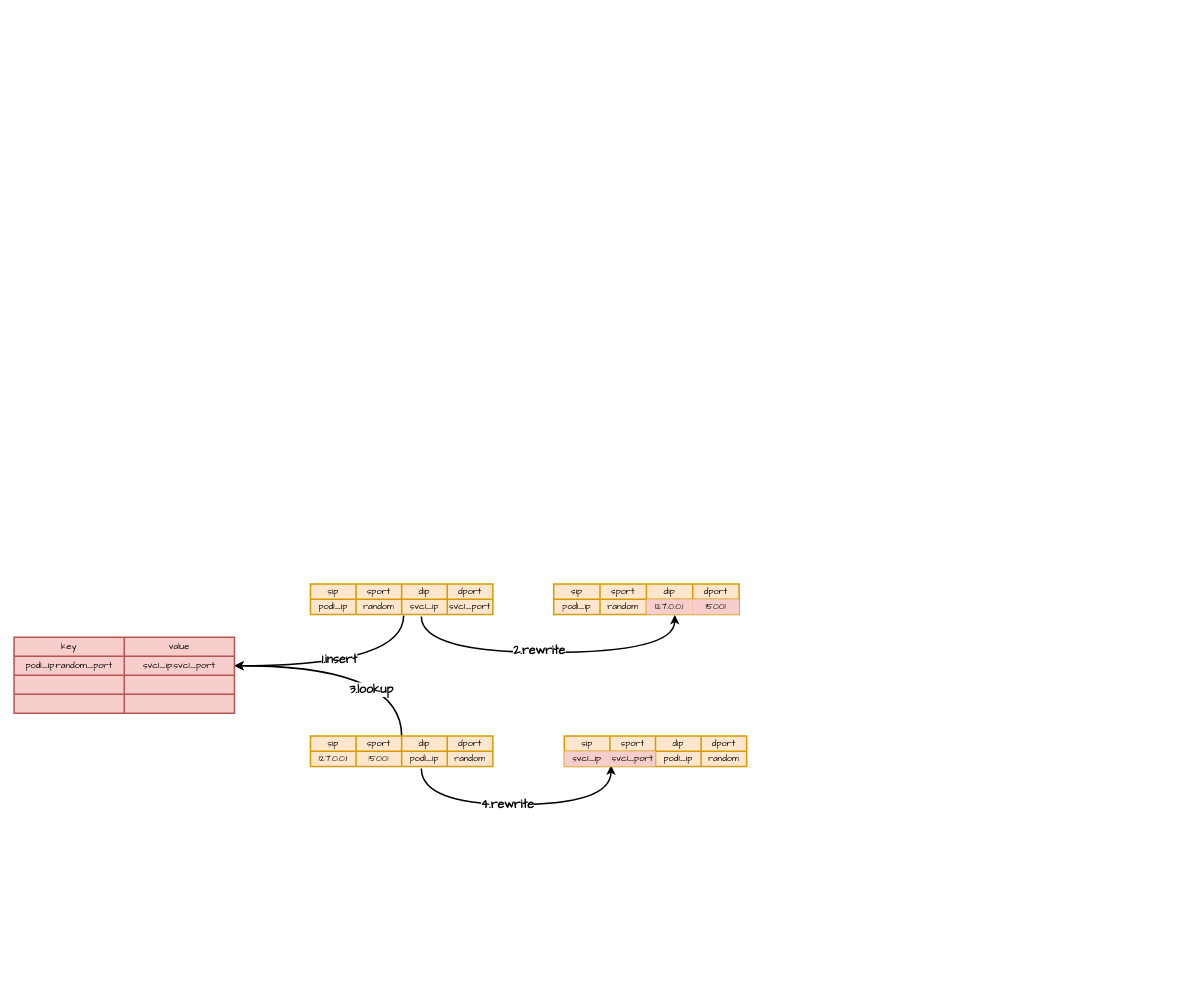
Before: egress_key_rewrite.drawio in xu1zhou/Documents, a draw.io diagram. Source tidied: cells renumbered, new cells numbered last; positions are measured from the earlier drawing's top-left corner, leaving out a move shared by most shapes. Both pictures are drawn from the tidied source at 76%, with x=0, y=0 at pixel (14, 584).
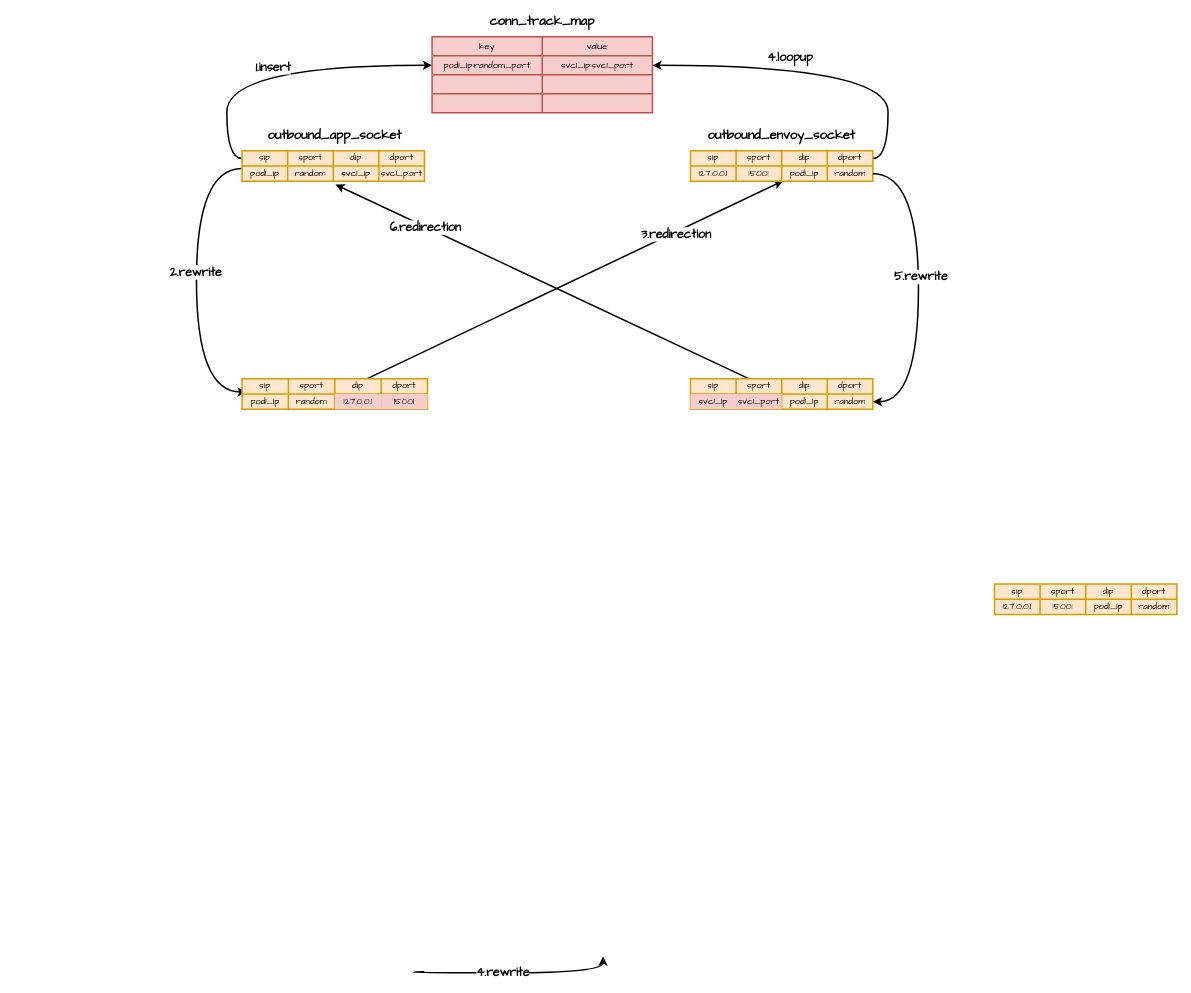
The same page after the edit.

The change refers to these unchanged cells:
```xml
<mxCell id="7" style="shape=partialRectangle;html=1;whiteSpace=wrap;fillColor=none;top=0;left=0;bottom=0;right=0;points=[[0,0.5],[1,0.5]];portConstraint=eastwest;fontFamily=Comic Sans MS;" parent="6" vertex="1">
  <mxGeometry width="240" height="20" as="geometry" />
</mxCell>
<mxCell id="12" style="shape=partialRectangle;html=1;whiteSpace=wrap;fillColor=none;top=0;left=0;bottom=0;right=0;points=[[0,0.5],[1,0.5]];portConstraint=eastwest;fontFamily=Comic Sans MS;" parent="6" vertex="1">
  <mxGeometry y="20" width="240" height="20" as="geometry" />
</mxCell>
<mxCell id="23" style="shape=partialRectangle;html=1;whiteSpace=wrap;fillColor=none;top=0;left=0;bottom=0;right=0;points=[[0,0.5],[1,0.5]];portConstraint=eastwest;fontFamily=Comic Sans MS;" parent="17" vertex="1">
  <mxGeometry y="20" width="244" height="20" as="geometry" />
</mxCell>
<mxCell id="33" style="shape=partialRectangle;html=1;whiteSpace=wrap;fillColor=none;top=0;left=0;bottom=0;right=0;points=[[0,0.5],[1,0.5]];portConstraint=eastwest;fontFamily=Comic Sans MS;" parent="32" vertex="1">
  <mxGeometry width="240" height="20" as="geometry" />
</mxCell>
<mxCell id="38" style="shape=partialRectangle;html=1;whiteSpace=wrap;fillColor=none;top=0;left=0;bottom=0;right=0;points=[[0,0.5],[1,0.5]];portConstraint=eastwest;fontFamily=Comic Sans MS;" parent="32" vertex="1">
  <mxGeometry y="20" width="240" height="20" as="geometry" />
</mxCell>
<mxCell id="49" style="shape=partialRectangle;html=1;whiteSpace=wrap;fillColor=none;top=0;left=0;bottom=0;right=0;points=[[0,0.5],[1,0.5]];portConstraint=eastwest;fontFamily=Comic Sans MS;" parent="43" vertex="1">
  <mxGeometry y="20" width="240" height="20" as="geometry" />
</mxCell>
<mxCell id="58" style="shape=partialRectangle;html=1;whiteSpace=wrap;fillColor=none;top=0;left=0;bottom=0;right=0;points=[[0,0.5],[1,0.5]];portConstraint=eastwest;fontFamily=Comic Sans MS;" parent="54" vertex="1">
  <mxGeometry y="25" width="290" height="25" as="geometry" />
</mxCell>
```

Diff of the diagram source:
```diff
@@
+    <mxCell id="67" style="edgeStyle=orthogonalEdgeStyle;curved=1;rounded=0;sketch=0;jettySize=auto;html=1;entryX=0;entryY=0.5;entryDx=0;entryDy=0;strokeWidth=2;fontFamily=Comic Sans MS;fontSize=16;exitX=0;exitY=0.5;exitDx=0;exitDy=0;" parent="1" edge="1" source="7" target="58">
+      <mxGeometry relative="1" as="geometry" />
+    </mxCell>
+    <mxCell id="5" value="&lt;b&gt;1.insert&lt;/b&gt;" style="edgeLabel;html=1;align=center;verticalAlign=middle;fontSize=16;fontFamily=Comic Sans MS;" parent="67" vertex="1">
+      <mxGeometry x="-0.41" y="31" relative="1" as="geometry">
+        <mxPoint x="91" y="-18.6" as="offset" />
+      </mxGeometry>
+    </mxCell>
-    <mxCell id="2" style="edgeStyle=orthogonalEdgeStyle;rounded=0;jettySize=auto;html=1;curved=1;exitX=0.608;exitY=1.133;exitDx=0;exitDy=0;exitPerimeter=0;entryX=0.653;entryY=1.033;entryDx=0;entryDy=0;entryPerimeter=0;strokeWidth=2;sketch=0;" parent="1" edge="1" source="12" target="23">
+    <mxCell id="2" style="edgeStyle=orthogonalEdgeStyle;curved=1;rounded=0;sketch=0;jettySize=auto;html=1;entryX=0.025;entryY=-0.133;entryDx=0;entryDy=0;entryPerimeter=0;strokeWidth=2;fontFamily=Comic Sans MS;fontSize=16;exitX=0;exitY=0.167;exitDx=0;exitDy=0;exitPerimeter=0;" parent="1" edge="1" source="12" target="23">
       <mxGeometry relative="1" as="geometry">
         <Array as="points">
-          <mxPoint x="536" y="90" />
-          <mxPoint x="869" y="90" />
+          <mxPoint x="240" y="-547" />
+          <mxPoint x="240" y="-253" />
         </Array>
       </mxGeometry>
     </mxCell>
-    <mxCell id="3" value="2.rewrite" style="edgeLabel;html=1;align=center;verticalAlign=middle;fontSize=16;fontFamily=Comic Sans MS;fontStyle=1;" parent="2" vertex="1">
-      <mxGeometry x="-0.06" y="3" relative="1" as="geometry" />
+    <mxCell id="3" value="&lt;b&gt;2.rewrite&lt;/b&gt;" style="edgeLabel;html=1;align=center;verticalAlign=middle;fontSize=16;fontFamily=Comic Sans MS;" parent="2" vertex="1">
+      <mxGeometry x="-0.18" y="-2" relative="1" as="geometry">
+        <mxPoint y="23.9" as="offset" />
+      </mxGeometry>
     </mxCell>
-    <mxCell id="4" style="edgeStyle=orthogonalEdgeStyle;curved=1;rounded=0;sketch=0;jettySize=auto;html=1;entryX=1;entryY=0.5;entryDx=0;entryDy=0;strokeWidth=2;exitX=0.511;exitY=1.067;exitDx=0;exitDy=0;exitPerimeter=0;" parent="1" edge="1" source="12" target="58">
-      <mxGeometry relative="1" as="geometry">
-        <Array as="points">
-          <mxPoint x="513" y="108" />
-        </Array>
-      </mxGeometry>
-    </mxCell>
-    <mxCell id="5" value="1.insert" style="edgeLabel;align=center;verticalAlign=middle;fontSize=16;fontStyle=1;html=1;fontFamily=Comic Sans MS;" parent="4" vertex="1">
-      <mxGeometry x="0.05" y="-9" relative="1" as="geometry">
-        <mxPoint x="1" as="offset" />
-      </mxGeometry>
-    </mxCell>
-    <mxCell id="6" style="shape=table;html=1;whiteSpace=wrap;startSize=0;childLayout=tableLayout;shadow=0;fillColor=#ffe6cc;strokeColor=#d79b00;strokeWidth=2;fontFamily=Comic Sans MS;" parent="1" vertex="1">
-      <mxGeometry x="390" width="240" height="40" as="geometry" />
+    <mxCell id="6" style="shape=table;html=1;whiteSpace=wrap;startSize=0;childLayout=tableLayout;shadow=0;fillColor=#ffe6cc;strokeColor=#d79b00;strokeWidth=2;fontFamily=Comic Sans MS;fontStyle=1;" parent="1" vertex="1">
+      <mxGeometry x="300" y="-570" width="240" height="40" as="geometry" />
     </mxCell>
@@
+    <mxCell id="68" style="rounded=0;sketch=0;jettySize=auto;html=1;entryX=0.507;entryY=0.979;entryDx=0;entryDy=0;entryPerimeter=0;strokeWidth=2;fontFamily=Comic Sans MS;fontSize=16;" parent="1" edge="1" source="17" target="38">
+      <mxGeometry relative="1" as="geometry" />
+    </mxCell>
+    <mxCell id="69" value="&lt;b&gt;3.redirection&lt;/b&gt;" style="edgeLabel;html=1;align=center;verticalAlign=middle;fontSize=16;fontFamily=Comic Sans MS;" parent="68" vertex="1">
+      <mxGeometry x="-0.07" relative="1" as="geometry">
+        <mxPoint x="151.8" y="-69.1" as="offset" />
+      </mxGeometry>
+    </mxCell>
     <mxCell id="17" style="shape=table;html=1;whiteSpace=wrap;startSize=0;childLayout=tableLayout;shadow=0;fillColor=#ffe6cc;strokeColor=#d79b00;strokeWidth=2;fontFamily=Comic Sans MS;" parent="1" vertex="1">
-      <mxGeometry x="710" width="244" height="40" as="geometry" />
+      <mxGeometry x="300" y="-270" width="244" height="40" as="geometry" />
     </mxCell>
@@
-    <mxCell id="28" style="edgeStyle=orthogonalEdgeStyle;rounded=0;jettySize=auto;html=1;curved=1;exitX=0.608;exitY=1.133;exitDx=0;exitDy=0;exitPerimeter=0;strokeWidth=2;sketch=0;entryX=0.256;entryY=0.933;entryDx=0;entryDy=0;entryPerimeter=0;" parent="1" edge="1" source="38" target="49">
+    <mxCell id="28" style="edgeStyle=orthogonalEdgeStyle;rounded=0;orthogonalLoop=1;jettySize=auto;html=1;curved=1;strokeWidth=2;sketch=0;" parent="1" edge="1">
       <mxGeometry relative="1" as="geometry">
+        <mxPoint x="540" y="510" as="sourcePoint" />
+        <mxPoint x="775" y="490" as="targetPoint" />
         <Array as="points">
-          <mxPoint x="536" y="290" />
-          <mxPoint x="785" y="290" />
+          <mxPoint x="526" y="511.5" />
+          <mxPoint x="775" y="511.5" />
         </Array>
       </mxGeometry>
     </mxCell>
@@
-    <mxCell id="30" style="edgeStyle=orthogonalEdgeStyle;curved=1;rounded=0;sketch=0;jettySize=auto;html=1;entryX=1;entryY=0.5;entryDx=0;entryDy=0;strokeWidth=2;fontFamily=Comic Sans MS;fontSize=16;" parent="1" edge="1" source="32" target="58">
-      <mxGeometry relative="1" as="geometry">
-        <Array as="points">
-          <mxPoint x="510" y="108" />
-        </Array>
-      </mxGeometry>
-    </mxCell>
-    <mxCell id="31" value="3.lookup" style="edgeLabel;html=1;align=center;verticalAlign=middle;fontSize=16;fontFamily=Comic Sans MS;fontStyle=1;" parent="30" vertex="1">
-      <mxGeometry x="-0.14" y="31" relative="1" as="geometry">
-        <mxPoint x="1" as="offset" />
-      </mxGeometry>
-    </mxCell>
+    <mxCell id="70" style="edgeStyle=orthogonalEdgeStyle;curved=1;rounded=0;sketch=0;jettySize=auto;html=1;entryX=1;entryY=0.5;entryDx=0;entryDy=0;strokeWidth=2;fontFamily=Comic Sans MS;fontSize=16;exitX=1;exitY=0.5;exitDx=0;exitDy=0;" parent="1" edge="1" source="33" target="58">
+      <mxGeometry relative="1" as="geometry" />
+    </mxCell>
+    <mxCell id="71" value="&lt;b&gt;4.loopup&lt;/b&gt;" style="edgeLabel;html=1;align=center;verticalAlign=middle;fontSize=16;fontFamily=Comic Sans MS;" parent="70" vertex="1">
+      <mxGeometry x="-0.38" y="-22" relative="1" as="geometry">
+        <mxPoint x="-152" y="-13.6" as="offset" />
+      </mxGeometry>
+    </mxCell>
-    <mxCell id="32" style="shape=table;html=1;whiteSpace=wrap;startSize=0;childLayout=tableLayout;shadow=0;fillColor=#ffe6cc;strokeColor=#d79b00;strokeWidth=2;rounded=0;sketch=0;fontFamily=Comic Sans MS;" parent="1" vertex="1">
-      <mxGeometry x="390" y="200" width="240" height="40" as="geometry" />
+    <mxCell id="32" style="shape=table;html=1;whiteSpace=wrap;startSize=0;childLayout=tableLayout;shadow=0;fillColor=#ffe6cc;strokeColor=#d79b00;strokeWidth=2;rounded=0;sketch=0;fontFamily=Comic Sans MS;fontStyle=0;" parent="1" vertex="1">
+      <mxGeometry x="890" y="-570" width="240" height="40" as="geometry" />
     </mxCell>
@@
+    <mxCell id="72" style="edgeStyle=none;rounded=0;sketch=0;jettySize=auto;html=1;entryX=0.512;entryY=1.217;entryDx=0;entryDy=0;entryPerimeter=0;strokeWidth=2;fontFamily=Comic Sans MS;fontSize=16;" parent="1" edge="1" source="43" target="12">
+      <mxGeometry relative="1" as="geometry" />
+    </mxCell>
     <mxCell id="43" style="shape=table;html=1;whiteSpace=wrap;startSize=0;childLayout=tableLayout;shadow=0;fillColor=#ffe6cc;strokeColor=#d79b00;strokeWidth=2;rounded=0;sketch=0;fontFamily=Comic Sans MS;" parent="1" vertex="1">
-      <mxGeometry x="724" y="200" width="240" height="40" as="geometry" />
+      <mxGeometry x="890" y="-270" width="240" height="40" as="geometry" />
     </mxCell>
@@
-    <mxCell id="54" style="shape=table;html=1;whiteSpace=wrap;startSize=0;childLayout=tableLayout;fillColor=#f8cecc;strokeColor=#b85450;strokeWidth=2;fontFamily=Comic Sans MS;" parent="1" vertex="1">
-      <mxGeometry y="70" width="290" height="100" as="geometry" />
+    <mxCell id="54" style="shape=table;html=1;whiteSpace=wrap;startSize=0;childLayout=tableLayout;fillColor=#f8cecc;strokeColor=#b85450;strokeWidth=2;fontFamily=Comic Sans MS;fontStyle=1;" parent="1" vertex="1">
+      <mxGeometry x="550" y="-720" width="290" height="100" as="geometry" />
     </mxCell>
@@
+    <mxCell id="73" style="shape=table;html=1;whiteSpace=wrap;startSize=0;childLayout=tableLayout;shadow=0;fillColor=#ffe6cc;strokeColor=#d79b00;strokeWidth=2;rounded=0;sketch=0;fontFamily=Comic Sans MS;" parent="1" vertex="1">
+      <mxGeometry x="1290" width="240" height="40" as="geometry" />
+    </mxCell>
+    <mxCell id="74" style="shape=partialRectangle;html=1;whiteSpace=wrap;fillColor=none;top=0;left=0;bottom=0;right=0;fontFamily=Comic Sans MS;" parent="73" vertex="1">
+      <mxGeometry width="240" height="20" as="geometry" />
+    </mxCell>
+    <mxCell id="75" value="sip" style="shape=partialRectangle;html=1;whiteSpace=wrap;overflow=hidden;fillColor=none;top=0;left=0;bottom=0;right=0;fontFamily=Comic Sans MS;" parent="74" vertex="1">
+      <mxGeometry width="60" height="20" as="geometry" />
+    </mxCell>
+    <mxCell id="76" value="sport" style="shape=partialRectangle;html=1;whiteSpace=wrap;overflow=hidden;fillColor=none;top=0;left=0;bottom=0;right=0;fontFamily=Comic Sans MS;" parent="74" vertex="1">
+      <mxGeometry x="60" width="60" height="20" as="geometry" />
+    </mxCell>
+    <mxCell id="77" value="dip" style="shape=partialRectangle;html=1;whiteSpace=wrap;overflow=hidden;fillColor=none;top=0;left=0;bottom=0;right=0;fontFamily=Comic Sans MS;" parent="74" vertex="1">
+      <mxGeometry x="120" width="60" height="20" as="geometry" />
+    </mxCell>
+    <mxCell id="78" value="dport" style="shape=partialRectangle;html=1;whiteSpace=wrap;overflow=hidden;fillColor=none;top=0;left=0;bottom=0;right=0;fontFamily=Comic Sans MS;" parent="74" vertex="1">
+      <mxGeometry x="180" width="60" height="20" as="geometry" />
+    </mxCell>
+    <mxCell id="79" style="shape=partialRectangle;html=1;whiteSpace=wrap;fillColor=none;top=0;left=0;bottom=0;right=0;fontFamily=Comic Sans MS;" parent="73" vertex="1">
+      <mxGeometry y="20" width="240" height="20" as="geometry" />
+    </mxCell>
+    <mxCell id="80" value="127.0.0.1" style="shape=partialRectangle;html=1;whiteSpace=wrap;overflow=hidden;fillColor=none;top=0;left=0;bottom=0;right=0;fontFamily=Comic Sans MS;" parent="79" vertex="1">
+      <mxGeometry width="60" height="20" as="geometry" />
+    </mxCell>
+    <mxCell id="81" value="15001" style="shape=partialRectangle;html=1;whiteSpace=wrap;overflow=hidden;fillColor=none;top=0;left=0;bottom=0;right=0;fontFamily=Comic Sans MS;" parent="79" vertex="1">
+      <mxGeometry x="60" width="60" height="20" as="geometry" />
+    </mxCell>
+    <mxCell id="82" value="pod1_ip" style="shape=partialRectangle;html=1;whiteSpace=wrap;overflow=hidden;fillColor=none;top=0;left=0;bottom=0;right=0;fontFamily=Comic Sans MS;" parent="79" vertex="1">
+      <mxGeometry x="120" width="60" height="20" as="geometry" />
+    </mxCell>
+    <mxCell id="83" value="random" style="shape=partialRectangle;html=1;whiteSpace=wrap;overflow=hidden;fillColor=none;top=0;left=0;bottom=0;right=0;fontFamily=Comic Sans MS;" parent="79" vertex="1">
+      <mxGeometry x="180" width="60" height="20" as="geometry" />
+    </mxCell>
+    <mxCell id="84" style="edgeStyle=orthogonalEdgeStyle;curved=1;rounded=0;sketch=0;jettySize=auto;html=1;entryX=1;entryY=0.5;entryDx=0;entryDy=0;strokeWidth=2;fontFamily=Comic Sans MS;fontSize=16;exitX=1;exitY=0.5;exitDx=0;exitDy=0;" parent="1" edge="1" source="38" target="49">
+      <mxGeometry relative="1" as="geometry">
+        <Array as="points">
+          <mxPoint x="1190" y="-540" />
+          <mxPoint x="1190" y="-240" />
+        </Array>
+      </mxGeometry>
+    </mxCell>
+    <mxCell id="85" value="&lt;b&gt;5.rewrite&lt;/b&gt;" style="edgeLabel;html=1;align=center;verticalAlign=middle;fontSize=16;fontFamily=Comic Sans MS;" parent="84" vertex="1">
+      <mxGeometry x="-0.07" y="2" relative="1" as="geometry" />
+    </mxCell>
+    <mxCell id="86" value="&lt;b&gt;6.redirection&lt;/b&gt;" style="edgeLabel;html=1;align=center;verticalAlign=middle;fontSize=16;fontFamily=Comic Sans MS;" parent="1" vertex="1">
+      <mxGeometry x="540" y="-470" as="geometry" />
+    </mxCell>
+    <mxCell id="87" value="outbound_app_socket" style="text;html=1;strokeColor=none;fillColor=none;align=center;verticalAlign=middle;whiteSpace=wrap;rounded=0;shadow=0;sketch=1;fontFamily=Comic Sans MS;fontSize=17;fontStyle=1;" parent="1" vertex="1">
+      <mxGeometry x="328" y="-600" width="188" height="20" as="geometry" />
+    </mxCell>
+    <mxCell id="88" value="outbound_envoy_socket" style="text;html=1;strokeColor=none;fillColor=none;align=center;verticalAlign=middle;whiteSpace=wrap;rounded=0;shadow=0;sketch=1;fontFamily=Comic Sans MS;fontSize=17;fontStyle=1;" parent="1" vertex="1">
+      <mxGeometry x="916" y="-600" width="188" height="20" as="geometry" />
+    </mxCell>
+    <mxCell id="89" value="conn_track_map" style="text;html=1;strokeColor=none;fillColor=none;align=center;verticalAlign=middle;whiteSpace=wrap;rounded=0;shadow=0;sketch=1;fontFamily=Comic Sans MS;fontSize=17;fontStyle=1;" parent="1" vertex="1">
+      <mxGeometry x="601" y="-750" width="188" height="20" as="geometry" />
+    </mxCell>
```
